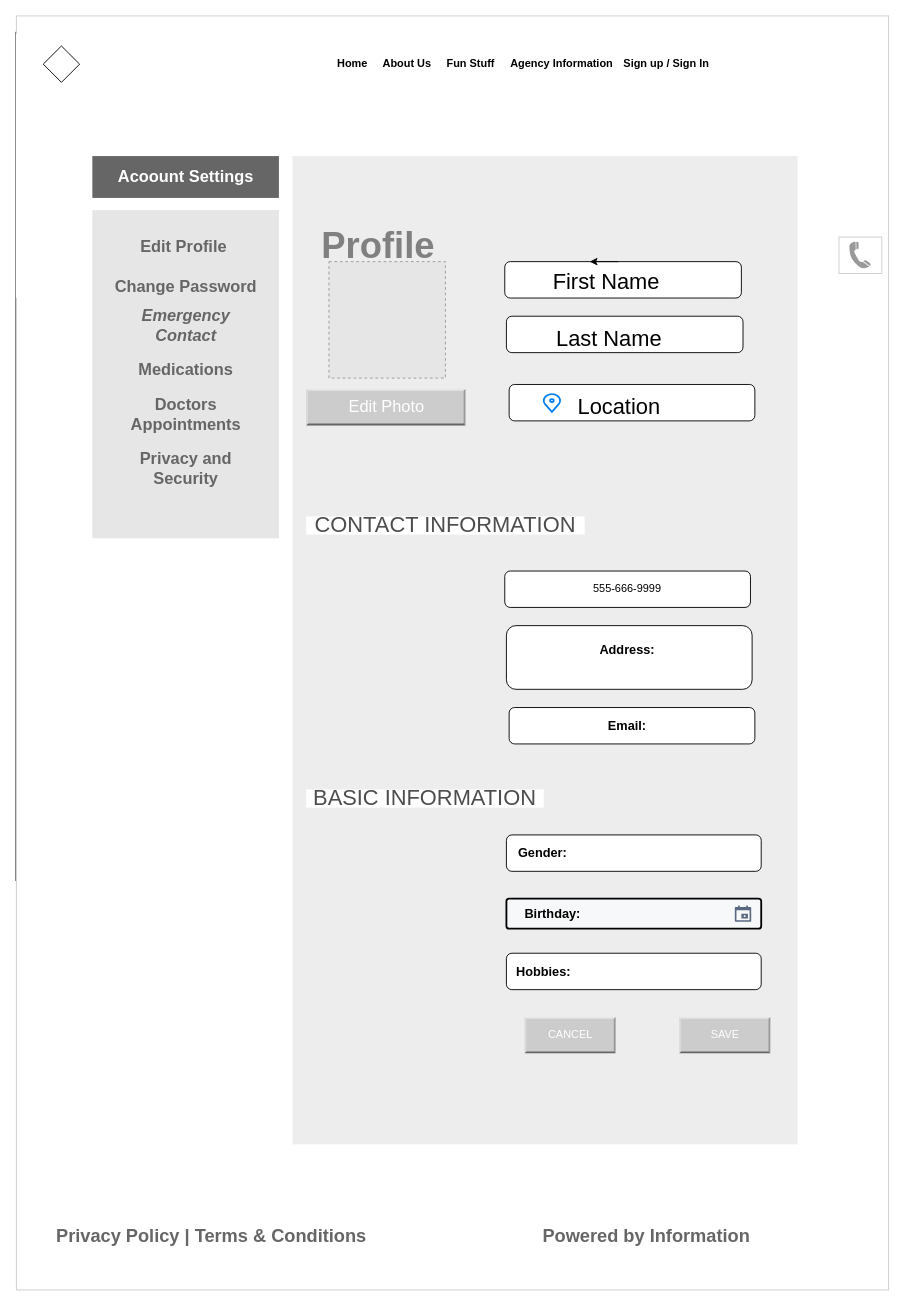
Above: page "Page-2" (2 of 2) of CreateAcct.drawio in opeyemi-jonah/Ace-challenge (draw.io), before the change. Source tidied: cells renumbered, new cells numbered last; positions are measured from the earlier drawing's top-left corner, leaving out a move shared by most shapes. Both pictures are drawn from the tidied source at 91%, with x=0, y=0 at pixel (15, 15). Pictures stored in the file or linked from it are replaced by grey dashed boxes.
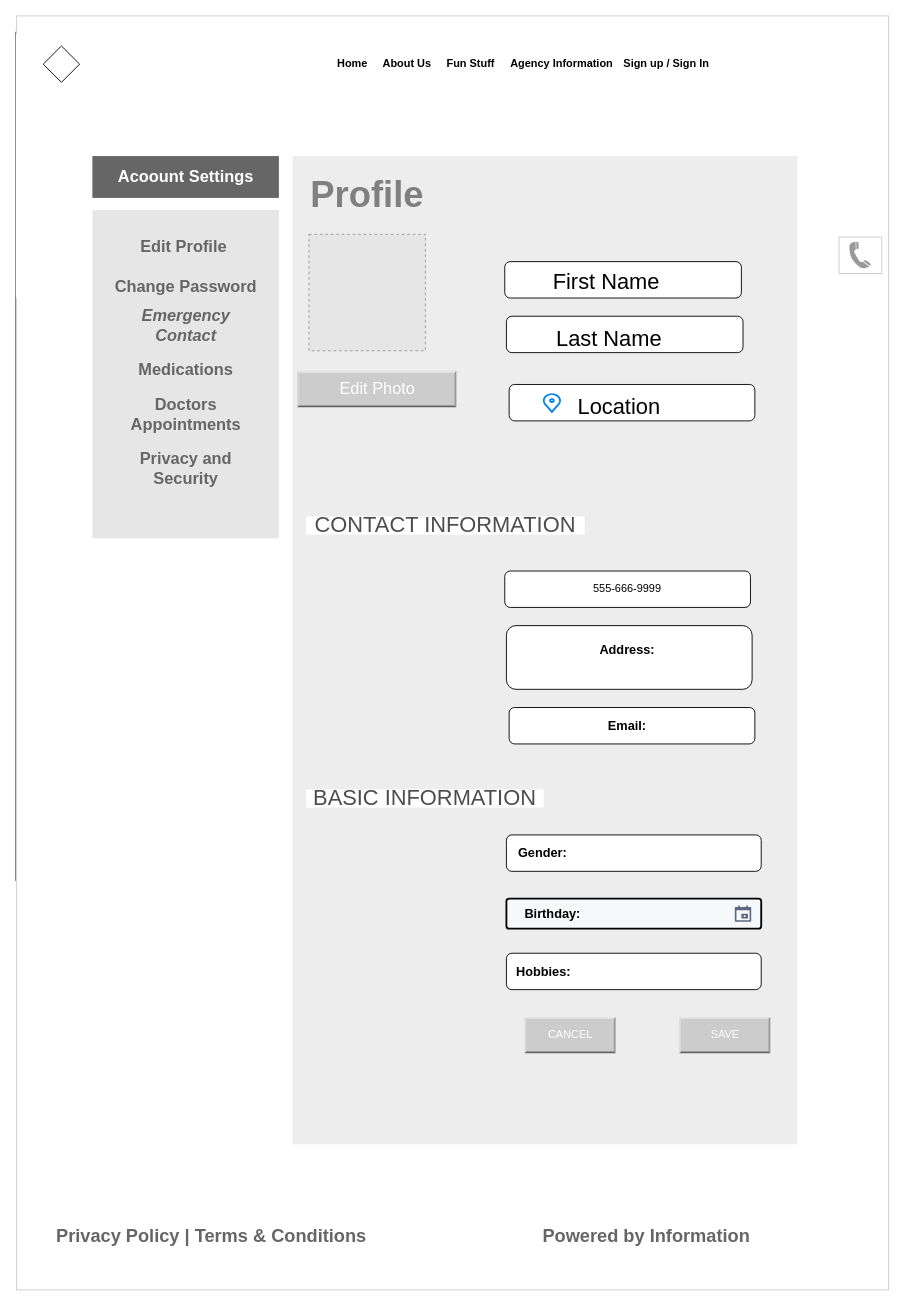
Above is the later version.

Unchanged cells that the change refers to:
```xml
<mxCell id="2" style="group;" parent="1" vertex="1">
  <mxGeometry width="959" height="1400" as="geometry" />
</mxCell>
```

Change to the diagram source:
```diff
@@
     <mxCell id="30" value="&lt;font color=&quot;#808080&quot;&gt;&lt;br&gt;&lt;b&gt;Profile&lt;/b&gt;&lt;br&gt;&lt;/font&gt;" style="text;html=1;strokeColor=none;fillColor=none;align=left;verticalAlign=middle;whiteSpace=wrap;rounded=0;fontFamily=Helvetica;fontSize=40;fontColor=#666666;" parent="2" vertex="1">
-      <mxGeometry x="334" y="180" width="220" height="94" as="geometry" />
+      <mxGeometry x="322" y="154" width="220" height="34" as="geometry" />
     </mxCell>
@@
     <mxCell id="32" style="fillColor=#E6E6E6;strokeColor=#999999;dashed=1;html=1;verticalAlign=top;verticalLabelPosition=bottom;labelBackgroundColor=#ffffff;" parent="2" vertex="1">
-      <mxGeometry x="344" y="270" width="128" height="128" as="geometry" />
+      <mxGeometry x="322" y="240" width="128" height="128" as="geometry" />
     </mxCell>
     <mxCell id="33" value="&lt;font style=&quot;font-size: 18px&quot;&gt;Edit Photo&lt;/font&gt;" style="labelPosition=center;verticalLabelPosition=middle;align=center;html=1;shape=mxgraph.basic.shaded_button;dx=2;fontColor=#ffffff;strokeColor=#CCCCCC;fillColor=#CCCCCC;" parent="2" vertex="1">
-      <mxGeometry x="319" y="410" width="175" height="40" as="geometry" />
+      <mxGeometry x="309" y="390" width="175" height="40" as="geometry" />
     </mxCell>
@@
-    <mxCell id="56" style="edgeStyle=orthogonalEdgeStyle;rounded=0;orthogonalLoop=1;jettySize=auto;html=1;exitX=0.5;exitY=0;exitDx=0;exitDy=0;entryX=0.25;entryY=0;entryDx=0;entryDy=0;fontSize=25;fontColor=#000000;" parent="2" edge="1">
-      <mxGeometry relative="1" as="geometry">
-        <mxPoint x="662" y="270" as="sourcePoint" />
-        <mxPoint x="630.5" y="270" as="targetPoint" />
-      </mxGeometry>
-    </mxCell>
```
